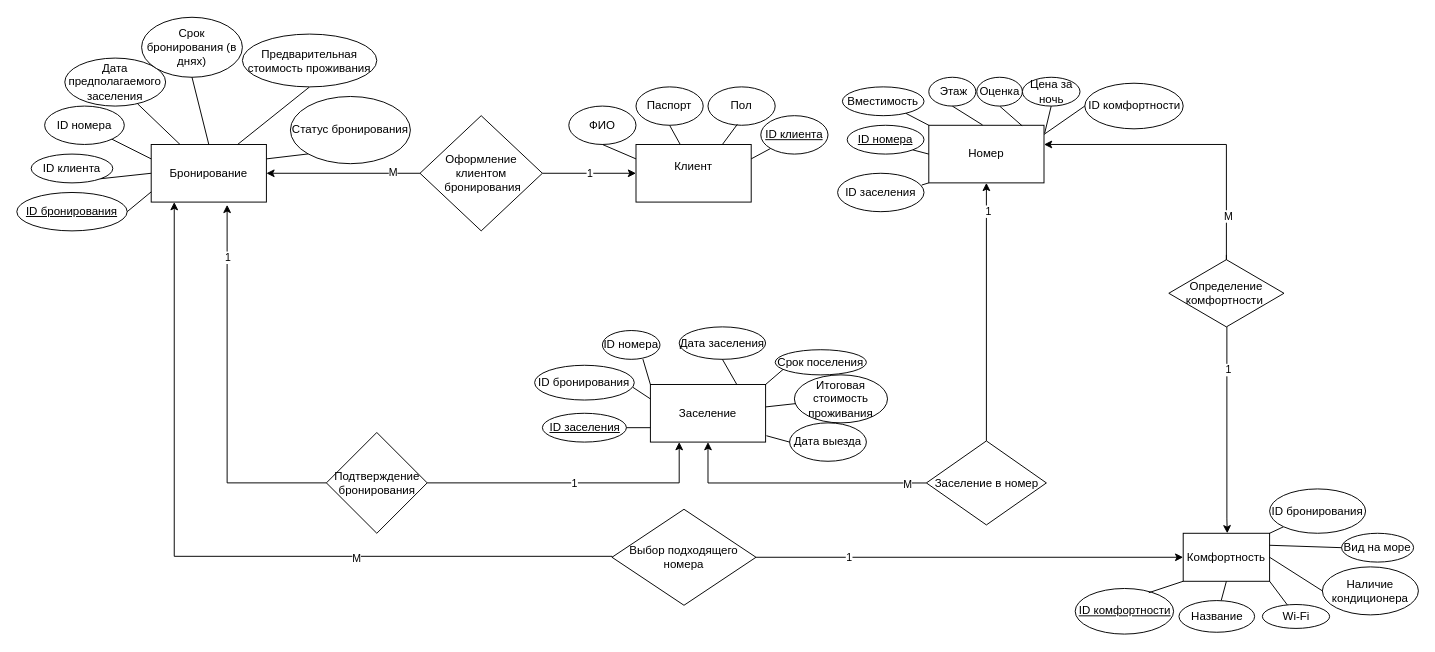
keon1x/Data-Base keeps this draw.io diagram as ER_diagram.drawio. Above is the earlier version. Source tidied: cells renumbered, new cells numbered last; positions are measured from the earlier drawing's top-left corner, leaving out a move shared by most shapes. Both pictures are drawn from the tidied source at 96%, with x=0, y=0 at pixel (16, 17).
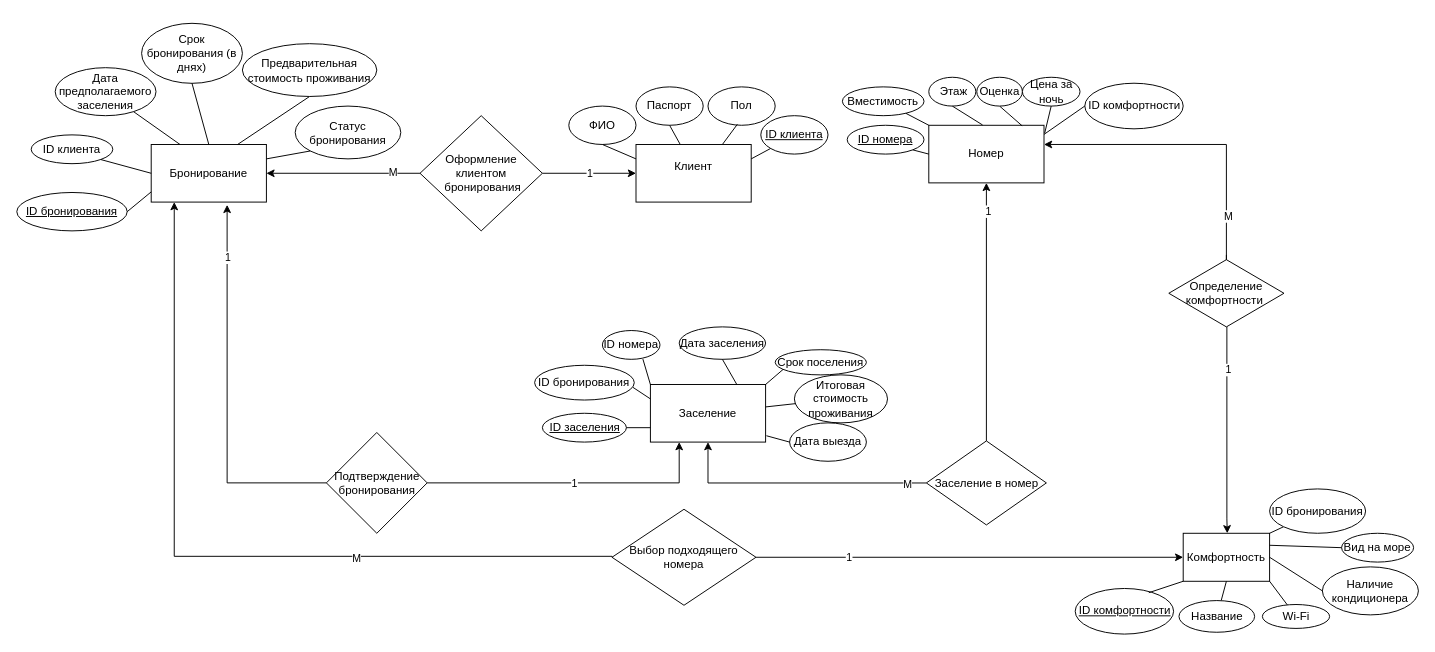
After the change.

Unchanged cells that the change refers to:
```xml
<mxCell id="13" value="Номер" style="rounded=0;whiteSpace=wrap;html=1;" parent="1" vertex="1">
  <mxGeometry x="950" y="112" width="120" height="60" as="geometry" />
</mxCell>
<mxCell id="35" value="Бронирование" style="rounded=0;whiteSpace=wrap;html=1;" parent="1" vertex="1">
  <mxGeometry x="140" y="132" width="120" height="60" as="geometry" />
</mxCell>
```

Change to the diagram source:
```diff
@@
     <mxCell id="34" value="ID клиента" style="ellipse;whiteSpace=wrap;html=1;" parent="1" vertex="1">
-      <mxGeometry x="15" y="142" width="85" height="30" as="geometry" />
+      <mxGeometry x="15" y="122" width="85" height="30" as="geometry" />
     </mxCell>
@@
-    <mxCell id="37" value="ID номера" style="ellipse;whiteSpace=wrap;html=1;" parent="1" vertex="1">
-      <mxGeometry x="29" y="92" width="83" height="40" as="geometry" />
-    </mxCell>
-    <mxCell id="38" style="endArrow=none;html=1;rounded=0;exitX=0;exitY=0.25;exitDx=0;exitDy=0;" parent="1" edge="1" source="35" target="37">
-      <mxGeometry relative="1" as="geometry" />
-    </mxCell>
     <mxCell id="39" value="Дата предполагаемого заселения" style="ellipse;whiteSpace=wrap;html=1;" parent="1" vertex="1">
-      <mxGeometry x="50" y="42" width="105" height="50" as="geometry" />
+      <mxGeometry x="40" y="52" width="105" height="50" as="geometry" />
     </mxCell>
@@
     <mxCell id="41" value="Срок бронирования (в днях)" style="ellipse;whiteSpace=wrap;html=1;" parent="1" vertex="1">
-      <mxGeometry x="130" y="-0.5" width="105" height="62.5" as="geometry" />
+      <mxGeometry x="130" y="5.8" width="105" height="62.5" as="geometry" />
     </mxCell>
@@
     <mxCell id="44" value="Предварительная стоимость проживания" style="ellipse;whiteSpace=wrap;html=1;" parent="1" vertex="1">
-      <mxGeometry x="235" y="17" width="140" height="55" as="geometry" />
+      <mxGeometry x="235" y="27" width="140" height="55" as="geometry" />
     </mxCell>
@@
     <mxCell id="47" value="Статус бронирования" style="ellipse;whiteSpace=wrap;html=1;" parent="1" vertex="1">
-      <mxGeometry x="285" y="82" width="125" height="70" as="geometry" />
+      <mxGeometry x="290" y="92" width="110" height="55" as="geometry" />
     </mxCell>
@@
-    <mxCell id="91" style="endArrow=none;html=1;rounded=0;entryX=0;entryY=1;entryDx=0;entryDy=0;exitX=0.974;exitY=0.306;exitDx=0;exitDy=0;exitPerimeter=0;" parent="1" edge="1" source="92" target="13">
-      <mxGeometry relative="1" as="geometry" />
-    </mxCell>
-    <mxCell id="92" value="ID заселения" style="ellipse;whiteSpace=wrap;html=1;" parent="1" vertex="1">
-      <mxGeometry x="855" y="162" width="90" height="40" as="geometry" />
-    </mxCell>
```
